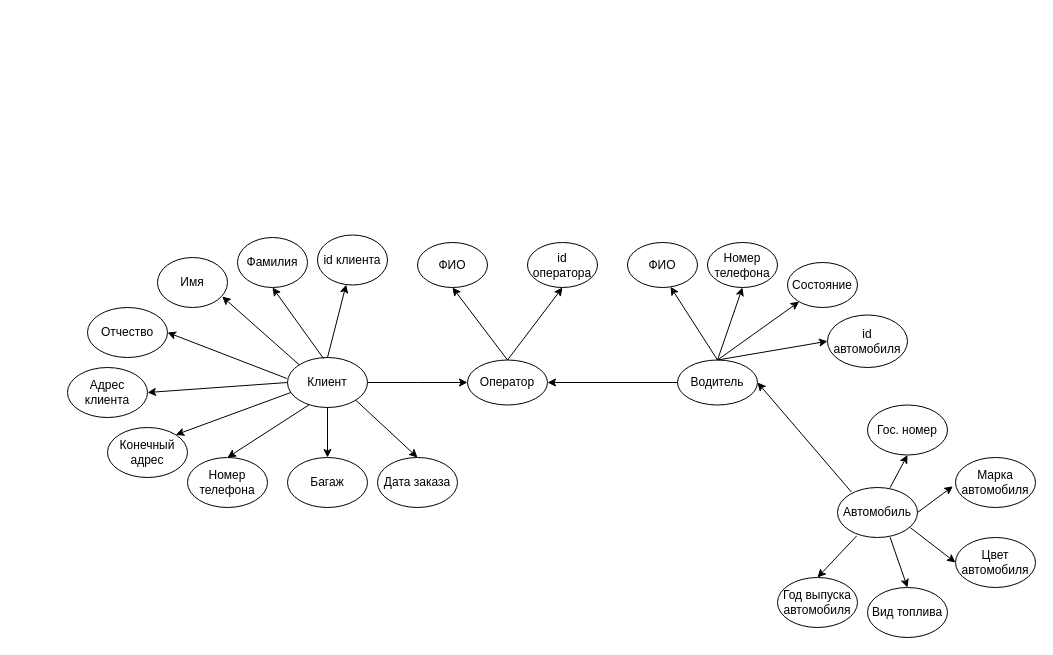
Earlier version of the draw.io diagram База данных/ERдиаграмаНовая.drawio (igKaneProgrammer/allprojects). Source tidied: cells renumbered, new cells numbered last; positions are measured from the earlier drawing's top-left corner, leaving out a move shared by most shapes. Both pictures are drawn from the tidied source at 100%, with x=0, y=0 at pixel (67, 235).
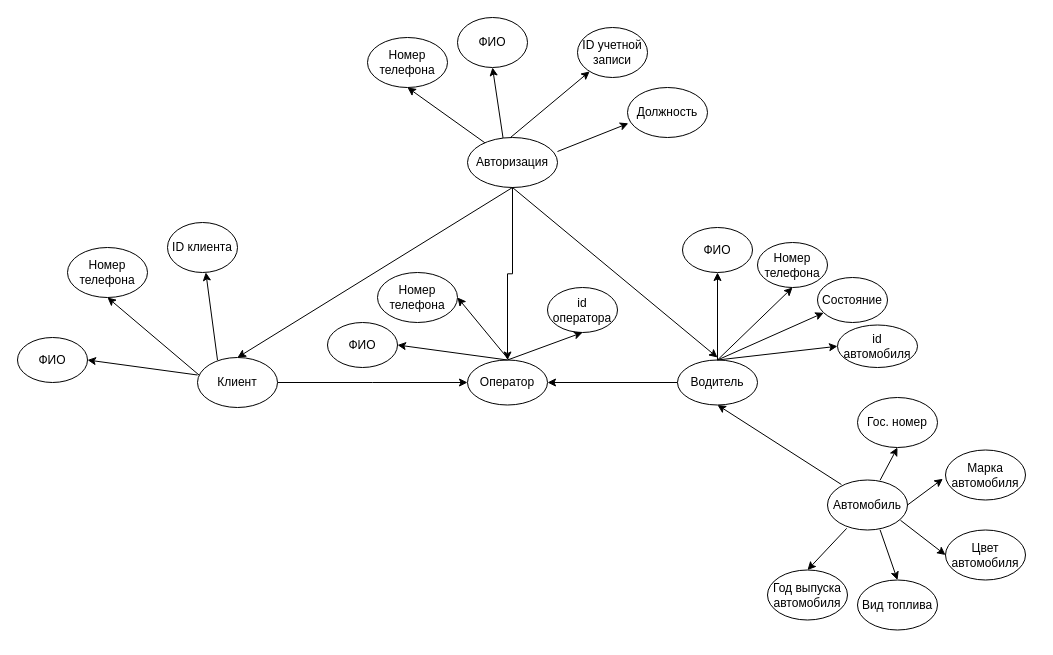
The same diagram, later.

Unchanged cells that the change refers to:
```xml
<mxCell id="18" value="Оператор" style="ellipse;whiteSpace=wrap;html=1;" parent="1" vertex="1">
  <mxGeometry x="400" y="124.5" width="80" height="45" as="geometry" />
</mxCell>
<mxCell id="26" value="Водитель" style="ellipse;whiteSpace=wrap;html=1;" parent="1" vertex="1">
  <mxGeometry x="610" y="124.5" width="80" height="45" as="geometry" />
</mxCell>
```

Change to the diagram source:
```diff
@@
     <mxCell id="3" value="Клиент" style="ellipse;whiteSpace=wrap;html=1;" parent="1" vertex="1">
-      <mxGeometry x="220" y="122" width="80" height="50" as="geometry" />
+      <mxGeometry x="130" y="122" width="80" height="50" as="geometry" />
     </mxCell>
-    <mxCell id="4" value="Фамилия" style="ellipse;whiteSpace=wrap;html=1;" parent="1" vertex="1">
-      <mxGeometry x="170" y="2" width="70" height="50" as="geometry" />
+    <mxCell id="4" value="ФИО" style="ellipse;whiteSpace=wrap;html=1;" parent="1" vertex="1">
+      <mxGeometry x="390" y="-218" width="70" height="50" as="geometry" />
     </mxCell>
-    <mxCell id="5" value="Имя" style="ellipse;whiteSpace=wrap;html=1;" parent="1" vertex="1">
-      <mxGeometry x="90" y="22" width="70" height="50" as="geometry" />
-    </mxCell>
-    <mxCell id="6" value="Отчество" style="ellipse;whiteSpace=wrap;html=1;" parent="1" vertex="1">
-      <mxGeometry x="20" y="72" width="80" height="50" as="geometry" />
-    </mxCell>
-    <mxCell id="7" value="Адрес клиента" style="ellipse;whiteSpace=wrap;html=1;" parent="1" vertex="1">
-      <mxGeometry y="132" width="80" height="50" as="geometry" />
-    </mxCell>
-    <mxCell id="8" value="Конечный адрес" style="ellipse;whiteSpace=wrap;html=1;" parent="1" vertex="1">
-      <mxGeometry x="40" y="192" width="80" height="50" as="geometry" />
-    </mxCell>
     <mxCell id="9" value="Номер телефона" style="ellipse;whiteSpace=wrap;html=1;" parent="1" vertex="1">
-      <mxGeometry x="120" y="222" width="80" height="50" as="geometry" />
+      <mxGeometry x="300" y="-198" width="80" height="50" as="geometry" />
     </mxCell>
-    <mxCell id="10" value="Багаж" style="ellipse;whiteSpace=wrap;html=1;" parent="1" vertex="1">
-      <mxGeometry x="220" y="222" width="80" height="50" as="geometry" />
-    </mxCell>
-    <mxCell id="11" style="endArrow=classic;html=1;rounded=0;exitX=0.45;exitY=0.02;exitDx=0;exitDy=0;exitPerimeter=0;entryX=0.5;entryY=1;entryDx=0;entryDy=0;" parent="1" edge="1" source="3" target="4">
-      <mxGeometry relative="1" as="geometry" />
+    <mxCell id="11" style="endArrow=classic;html=1;rounded=0;exitX=0.45;exitY=0.02;exitDx=0;exitDy=0;exitPerimeter=0;entryX=0.5;entryY=1;entryDx=0;entryDy=0;" parent="1" edge="1" target="4">
+      <mxGeometry relative="1" as="geometry">
+        <mxPoint x="436" y="-94.5" as="sourcePoint" />
+      </mxGeometry>
     </mxCell>
-    <mxCell id="12" style="endArrow=classic;html=1;rounded=0;entryX=0.924;entryY=0.78;entryDx=0;entryDy=0;entryPerimeter=0;exitX=0;exitY=0;exitDx=0;exitDy=0;" parent="1" edge="1" source="3" target="5">
-      <mxGeometry relative="1" as="geometry" />
-    </mxCell>
-    <mxCell id="13" style="endArrow=classic;html=1;rounded=0;exitX=-0.008;exitY=0.42;exitDx=0;exitDy=0;exitPerimeter=0;entryX=1;entryY=0.5;entryDx=0;entryDy=0;" parent="1" edge="1" source="3" target="6">
-      <mxGeometry relative="1" as="geometry" />
-    </mxCell>
-    <mxCell id="14" style="endArrow=classic;html=1;rounded=0;exitX=0;exitY=0.5;exitDx=0;exitDy=0;entryX=1;entryY=0.5;entryDx=0;entryDy=0;" parent="1" edge="1" source="3" target="7">
-      <mxGeometry relative="1" as="geometry" />
-    </mxCell>
-    <mxCell id="15" style="endArrow=classic;html=1;rounded=0;exitX=0.042;exitY=0.7;exitDx=0;exitDy=0;entryX=1;entryY=0;entryDx=0;entryDy=0;exitPerimeter=0;" parent="1" edge="1" source="3" target="8">
-      <mxGeometry relative="1" as="geometry" />
-    </mxCell>
-    <mxCell id="16" style="endArrow=classic;html=1;rounded=0;exitX=0.275;exitY=0.94;exitDx=0;exitDy=0;entryX=0.5;entryY=0;entryDx=0;entryDy=0;exitPerimeter=0;" parent="1" edge="1" source="3" target="9">
+    <mxCell id="16" style="endArrow=classic;html=1;rounded=0;entryX=0.5;entryY=1;entryDx=0;entryDy=0;" parent="1" edge="1" source="50" target="9">
       <mxGeometry relative="1" as="geometry" />
     </mxCell>
-    <mxCell id="17" style="endArrow=classic;html=1;rounded=0;exitX=0.5;exitY=1;exitDx=0;exitDy=0;entryX=0.5;entryY=0;entryDx=0;entryDy=0;" parent="1" edge="1" source="3" target="10">
-      <mxGeometry relative="1" as="geometry" />
-    </mxCell>
@@
     <mxCell id="19" value="ФИО" style="ellipse;whiteSpace=wrap;html=1;" parent="1" vertex="1">
-      <mxGeometry x="350" y="7" width="70" height="45" as="geometry" />
+      <mxGeometry x="260" y="87" width="70" height="45" as="geometry" />
     </mxCell>
     <mxCell id="20" value="id оператора" style="ellipse;whiteSpace=wrap;html=1;" parent="1" vertex="1">
-      <mxGeometry x="460" y="7" width="70" height="45" as="geometry" />
+      <mxGeometry x="480" y="52" width="70" height="45" as="geometry" />
     </mxCell>
-    <mxCell id="21" value="id клиента" style="ellipse;whiteSpace=wrap;html=1;" parent="1" vertex="1">
-      <mxGeometry x="250" y="-0.5" width="70" height="50" as="geometry" />
+    <mxCell id="21" value="ID учетной записи" style="ellipse;whiteSpace=wrap;html=1;" parent="1" vertex="1">
+      <mxGeometry x="510" y="-208" width="70" height="50" as="geometry" />
     </mxCell>
     <mxCell id="22" style="endArrow=classic;html=1;rounded=0;" parent="1" edge="1" target="21">
       <mxGeometry relative="1" as="geometry">
-        <mxPoint x="260" y="122" as="sourcePoint" />
+        <mxPoint x="440" y="-95.5" as="sourcePoint" />
       </mxGeometry>
     </mxCell>
-    <mxCell id="23" style="endArrow=classic;html=1;rounded=0;exitX=0.5;exitY=0;exitDx=0;exitDy=0;entryX=0.5;entryY=1;entryDx=0;entryDy=0;" parent="1" edge="1" source="18" target="19">
+    <mxCell id="23" style="endArrow=classic;html=1;rounded=0;exitX=0.5;exitY=0;exitDx=0;exitDy=0;entryX=1;entryY=0.5;entryDx=0;entryDy=0;" parent="1" edge="1" source="18" target="19">
       <mxGeometry relative="1" as="geometry" />
     </mxCell>
@@
     <mxCell id="27" value="ФИО" style="ellipse;whiteSpace=wrap;html=1;" parent="1" vertex="1">
-      <mxGeometry x="560" y="7" width="70" height="45" as="geometry" />
+      <mxGeometry x="615" y="-8" width="70" height="45" as="geometry" />
     </mxCell>
     <mxCell id="28" value="Номер телефона" style="ellipse;whiteSpace=wrap;html=1;" parent="1" vertex="1">
-      <mxGeometry x="640" y="7" width="70" height="45" as="geometry" />
+      <mxGeometry x="690" y="7" width="70" height="45" as="geometry" />
     </mxCell>
     <mxCell id="29" value="Состояние" style="ellipse;whiteSpace=wrap;html=1;" parent="1" vertex="1">
-      <mxGeometry x="720" y="27" width="70" height="45" as="geometry" />
+      <mxGeometry x="750" y="42" width="70" height="45" as="geometry" />
     </mxCell>
     <mxCell id="30" value="id автомобиля" style="ellipse;whiteSpace=wrap;html=1;" parent="1" vertex="1">
-      <mxGeometry x="760" y="79.5" width="80" height="52.5" as="geometry" />
+      <mxGeometry x="770" y="89.5" width="80" height="42.5" as="geometry" />
     </mxCell>
-    <mxCell id="31" style="endArrow=classic;html=1;rounded=0;exitX=0.5;exitY=0;exitDx=0;exitDy=0;entryX=0.614;entryY=0.984;entryDx=0;entryDy=0;entryPerimeter=0;" parent="1" edge="1" source="26" target="27">
+    <mxCell id="31" style="endArrow=classic;html=1;rounded=0;exitX=0.5;exitY=0;exitDx=0;exitDy=0;entryX=0.5;entryY=1;entryDx=0;entryDy=0;" parent="1" edge="1" source="26" target="27">
       <mxGeometry relative="1" as="geometry" />
     </mxCell>
@@
     <mxCell id="35" value="Автомобиль" style="ellipse;whiteSpace=wrap;html=1;" parent="1" vertex="1">
-      <mxGeometry x="770" y="252" width="80" height="50" as="geometry" />
+      <mxGeometry x="760" y="244.5" width="80" height="50" as="geometry" />
     </mxCell>
-    <mxCell id="36" style="endArrow=classic;html=1;rounded=0;exitX=0.174;exitY=0.09;exitDx=0;exitDy=0;entryX=1;entryY=0.5;entryDx=0;entryDy=0;exitPerimeter=0;" parent="1" edge="1" source="35" target="26">
+    <mxCell id="36" style="endArrow=classic;html=1;rounded=0;exitX=0.174;exitY=0.09;exitDx=0;exitDy=0;entryX=0.5;entryY=1;entryDx=0;entryDy=0;exitPerimeter=0;" parent="1" edge="1" source="35" target="26">
       <mxGeometry relative="1" as="geometry" />
     </mxCell>
     <mxCell id="37" value="Гос. номер" style="ellipse;whiteSpace=wrap;html=1;" parent="1" vertex="1">
-      <mxGeometry x="800" y="169.5" width="80" height="50" as="geometry" />
+      <mxGeometry x="790" y="162" width="80" height="50" as="geometry" />
     </mxCell>
     <mxCell id="38" value="Марка автомобиля" style="ellipse;whiteSpace=wrap;html=1;" parent="1" vertex="1">
-      <mxGeometry x="888" y="222" width="80" height="50" as="geometry" />
+      <mxGeometry x="878" y="214.5" width="80" height="50" as="geometry" />
     </mxCell>
     <mxCell id="39" value="Цвет автомобиля" style="ellipse;whiteSpace=wrap;html=1;" parent="1" vertex="1">
-      <mxGeometry x="888" y="302" width="80" height="50" as="geometry" />
+      <mxGeometry x="878" y="294.5" width="80" height="50" as="geometry" />
     </mxCell>
     <mxCell id="40" value="Вид топлива" style="ellipse;whiteSpace=wrap;html=1;" parent="1" vertex="1">
-      <mxGeometry x="800" y="352" width="80" height="50" as="geometry" />
+      <mxGeometry x="790" y="344.5" width="80" height="50" as="geometry" />
     </mxCell>
     <mxCell id="41" value="Год выпуска автомобиля" style="ellipse;whiteSpace=wrap;html=1;" parent="1" vertex="1">
-      <mxGeometry x="710" y="342" width="80" height="50" as="geometry" />
+      <mxGeometry x="700" y="334.5" width="80" height="50" as="geometry" />
     </mxCell>
@@
-    <mxCell id="47" value="Дата заказа" style="ellipse;whiteSpace=wrap;html=1;" parent="1" vertex="1">
-      <mxGeometry x="310" y="222" width="80" height="50" as="geometry" />
-    </mxCell>
-    <mxCell id="48" style="endArrow=classic;html=1;rounded=0;exitX=1;exitY=1;exitDx=0;exitDy=0;entryX=0.5;entryY=0;entryDx=0;entryDy=0;" parent="1" edge="1" source="3" target="47">
-      <mxGeometry relative="1" as="geometry" />
-    </mxCell>
+    <mxCell id="49" style="edgeStyle=orthogonalEdgeStyle;rounded=0;jettySize=auto;html=1;entryX=0.5;entryY=0;entryDx=0;entryDy=0;" parent="1" edge="1" source="50" target="18">
+      <mxGeometry relative="1" as="geometry" />
+    </mxCell>
+    <mxCell id="50" value="Авторизация" style="ellipse;whiteSpace=wrap;html=1;" parent="1" vertex="1">
+      <mxGeometry x="400" y="-98" width="90" height="50" as="geometry" />
+    </mxCell>
+    <mxCell id="51" value="Должность" style="ellipse;whiteSpace=wrap;html=1;" parent="1" vertex="1">
+      <mxGeometry x="560" y="-148" width="80" height="50" as="geometry" />
+    </mxCell>
+    <mxCell id="52" style="endArrow=classic;html=1;rounded=0;entryX=0.011;entryY=0.717;entryDx=0;entryDy=0;entryPerimeter=0;" parent="1" edge="1" target="51">
+      <mxGeometry relative="1" as="geometry">
+        <mxPoint x="490" y="-84" as="sourcePoint" />
+      </mxGeometry>
+    </mxCell>
+    <mxCell id="53" style="endArrow=classic;html=1;rounded=0;exitX=0.5;exitY=1;exitDx=0;exitDy=0;entryX=0.5;entryY=0;entryDx=0;entryDy=0;" parent="1" edge="1" source="50" target="3">
+      <mxGeometry relative="1" as="geometry" />
+    </mxCell>
+    <mxCell id="54" style="endArrow=classic;html=1;rounded=0;exitX=0.5;exitY=1;exitDx=0;exitDy=0;" parent="1" edge="1" source="50">
+      <mxGeometry relative="1" as="geometry">
+        <mxPoint x="650" y="122" as="targetPoint" />
+      </mxGeometry>
+    </mxCell>
+    <mxCell id="55" value="Номер телефона" style="ellipse;whiteSpace=wrap;html=1;" parent="1" vertex="1">
+      <mxGeometry x="310" y="37" width="80" height="50" as="geometry" />
+    </mxCell>
+    <mxCell id="56" style="endArrow=classic;html=1;rounded=0;entryX=1;entryY=0.5;entryDx=0;entryDy=0;" parent="1" edge="1" target="55">
+      <mxGeometry relative="1" as="geometry">
+        <mxPoint x="441.5" y="124.5" as="sourcePoint" />
+      </mxGeometry>
+    </mxCell>
+    <mxCell id="57" value="ФИО" style="ellipse;whiteSpace=wrap;html=1;" parent="1" vertex="1">
+      <mxGeometry x="-50" y="102" width="70" height="45" as="geometry" />
+    </mxCell>
+    <mxCell id="58" style="endArrow=classic;html=1;rounded=0;exitX=0.5;exitY=0;exitDx=0;exitDy=0;entryX=1;entryY=0.5;entryDx=0;entryDy=0;" parent="1" edge="1" target="57">
+      <mxGeometry relative="1" as="geometry">
+        <mxPoint x="130" y="139.5" as="sourcePoint" />
+      </mxGeometry>
+    </mxCell>
+    <mxCell id="59" value="Номер телефона" style="ellipse;whiteSpace=wrap;html=1;" parent="1" vertex="1">
+      <mxGeometry y="12" width="80" height="50" as="geometry" />
+    </mxCell>
+    <mxCell id="60" style="endArrow=classic;html=1;rounded=0;entryX=0.5;entryY=1;entryDx=0;entryDy=0;" parent="1" edge="1" target="59">
+      <mxGeometry relative="1" as="geometry">
+        <mxPoint x="131.5" y="139.5" as="sourcePoint" />
+      </mxGeometry>
+    </mxCell>
+    <mxCell id="61" value="ID клиента" style="ellipse;whiteSpace=wrap;html=1;" parent="1" vertex="1">
+      <mxGeometry x="100" y="-13" width="70" height="50" as="geometry" />
+    </mxCell>
+    <mxCell id="62" style="endArrow=classic;html=1;rounded=0;" parent="1" edge="1" target="61">
+      <mxGeometry relative="1" as="geometry">
+        <mxPoint x="150" y="124.5" as="sourcePoint" />
+      </mxGeometry>
+    </mxCell>
```
